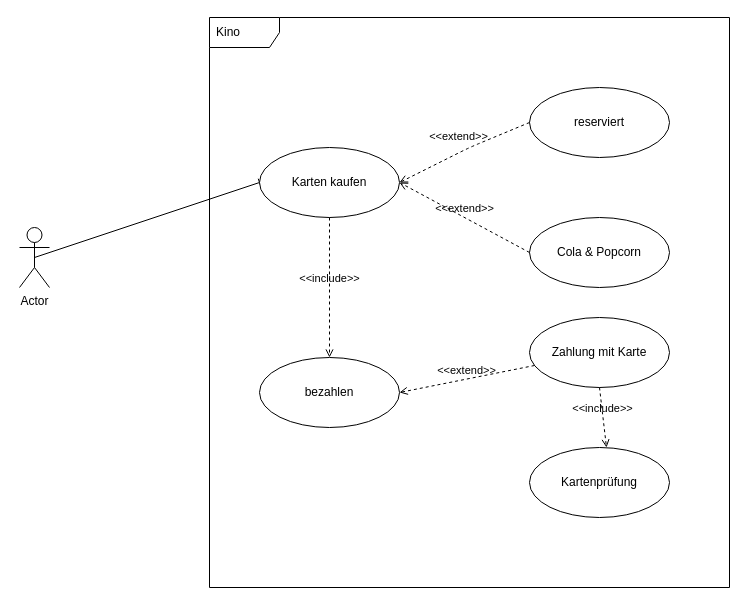
The draw.io diagram test.drawio in kennyshnett/UML_Diagramme, before the edit. Source tidied: cells renumbered, new cells numbered last; positions are measured from the earlier drawing's top-left corner, leaving out a move shared by most shapes. Both pictures are drawn from the tidied source at 100%, with x=0, y=0 at pixel (19, 17).
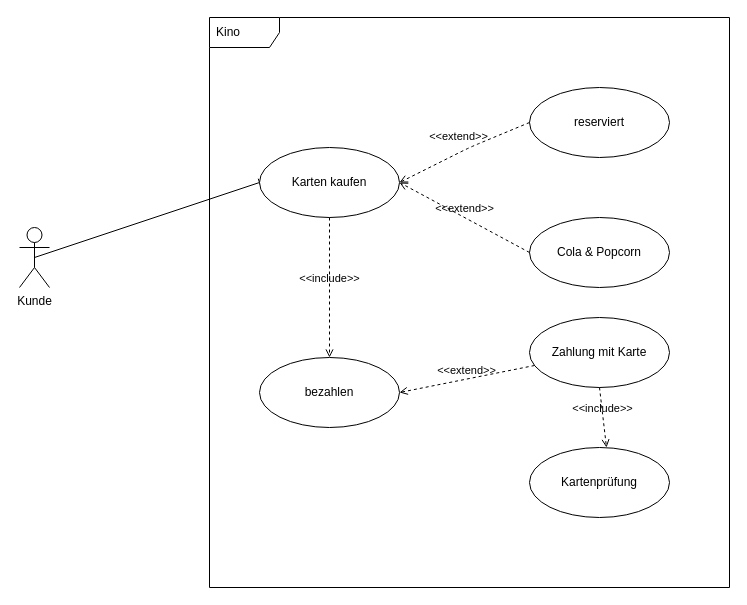
The same page after the edit.

Commit message:
Alles gut

What changed in the source:
```diff
@@
 <mxGraphModel>
   <root>
     <mxCell id="0" />
     <mxCell id="1" parent="0" />
     <mxCell id="2" value="Kino" style="shape=umlFrame;whiteSpace=wrap;html=1;width=70;height=30;boundedLbl=1;verticalAlign=middle;align=left;spacingLeft=5;" parent="1" vertex="1">
       <mxGeometry x="190" width="520" height="570" as="geometry" />
     </mxCell>
     <mxCell id="3" style="edgeStyle=none;html=1;exitX=0.5;exitY=0.5;exitDx=0;exitDy=0;exitPerimeter=0;entryX=0;entryY=0.5;entryDx=0;entryDy=0;startArrow=none;startFill=0;strokeColor=default;rounded=1;endArrow=baseDash;endFill=0;" parent="1" edge="1" source="4" target="5">
       <mxGeometry relative="1" as="geometry" />
     </mxCell>
-    <mxCell id="4" value="Actor" style="shape=umlActor;verticalLabelPosition=bottom;verticalAlign=top;html=1;" parent="1" vertex="1">
+    <mxCell id="4" value="Kunde&lt;br&gt;" style="shape=umlActor;verticalLabelPosition=bottom;verticalAlign=top;html=1;" parent="1" vertex="1">
       <mxGeometry y="210" width="30" height="60" as="geometry" />
     </mxCell>
     <mxCell id="5" value="Karten kaufen" style="ellipse;whiteSpace=wrap;html=1;" parent="1" vertex="1">
       <mxGeometry x="240" y="130" width="140" height="70" as="geometry" />
     </mxCell>
     <mxCell id="6" value="bezahlen&lt;br&gt;" style="ellipse;whiteSpace=wrap;html=1;" parent="1" vertex="1">
       <mxGeometry x="240" y="340" width="140" height="70" as="geometry" />
     </mxCell>
     <mxCell id="7" value="reserviert" style="ellipse;whiteSpace=wrap;html=1;" parent="1" vertex="1">
       <mxGeometry x="510" y="70" width="140" height="70" as="geometry" />
     </mxCell>
     <mxCell id="8" value="Cola &amp;amp; Popcorn" style="ellipse;whiteSpace=wrap;html=1;" parent="1" vertex="1">
       <mxGeometry x="510" y="200" width="140" height="70" as="geometry" />
     </mxCell>
     <mxCell id="9" value="Zahlung mit Karte" style="ellipse;whiteSpace=wrap;html=1;" parent="1" vertex="1">
       <mxGeometry x="510" y="300" width="140" height="70" as="geometry" />
     </mxCell>
     <mxCell id="10" value="Kartenprüfung" style="ellipse;whiteSpace=wrap;html=1;" parent="1" vertex="1">
       <mxGeometry x="510" y="430" width="140" height="70" as="geometry" />
     </mxCell>
     <mxCell id="11" value="&amp;lt;&amp;lt;include&amp;gt;&amp;gt;" style="html=1;verticalAlign=bottom;labelBackgroundColor=none;endArrow=open;endFill=0;dashed=1;exitX=0.5;exitY=1;exitDx=0;exitDy=0;" parent="1" edge="1" source="5" target="6">
       <mxGeometry relative="1" as="geometry" />
     </mxCell>
     <mxCell id="12" value="&amp;lt;&amp;lt;extend&amp;gt;&amp;gt;" style="html=1;verticalAlign=bottom;labelBackgroundColor=none;endArrow=open;endFill=0;dashed=1;exitX=0;exitY=0.5;exitDx=0;exitDy=0;entryX=1;entryY=0.5;entryDx=0;entryDy=0;jumpStyle=arc;" parent="1" edge="1" source="7" target="5">
       <mxGeometry x="0.03" y="-7" relative="1" as="geometry">
         <Array as="points">
           <mxPoint x="450" y="130" />
         </Array>
       </mxGeometry>
     </mxCell>
     <mxCell id="13" value="&amp;lt;&amp;lt;extend&amp;gt;&amp;gt;" style="html=1;verticalAlign=bottom;labelBackgroundColor=none;endArrow=open;endFill=0;dashed=1;exitX=0;exitY=0.5;exitDx=0;exitDy=0;entryX=1;entryY=0.5;entryDx=0;entryDy=0;" parent="1" edge="1" source="8" target="5">
       <mxGeometry relative="1" as="geometry" />
     </mxCell>
     <mxCell id="14" value="&amp;lt;&amp;lt;extend&amp;gt;&amp;gt;" style="html=1;verticalAlign=bottom;labelBackgroundColor=none;endArrow=open;endFill=0;dashed=1;entryX=1;entryY=0.5;entryDx=0;entryDy=0;" parent="1" edge="1" source="9" target="6">
       <mxGeometry relative="1" as="geometry" />
     </mxCell>
     <mxCell id="15" value="&amp;lt;&amp;lt;include&amp;gt;&amp;gt;" style="html=1;verticalAlign=bottom;labelBackgroundColor=none;endArrow=open;endFill=0;dashed=1;entryX=0.55;entryY=0;entryDx=0;entryDy=0;entryPerimeter=0;exitX=0.5;exitY=1;exitDx=0;exitDy=0;" parent="1" edge="1" source="9" target="10">
       <mxGeometry relative="1" as="geometry" />
     </mxCell>
   </root>
 </mxGraphModel>
```
